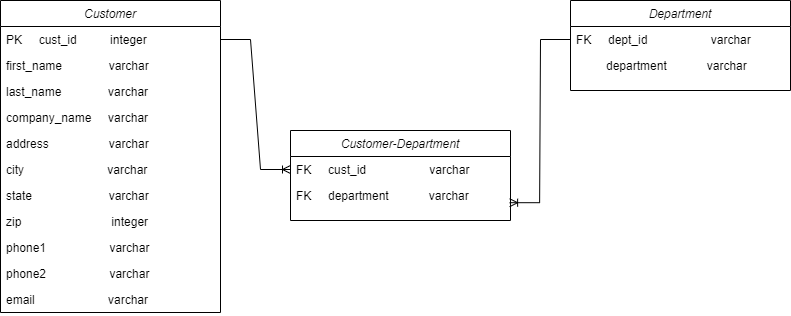
SwimmerRafa/Xal keeps this draw.io diagram as E-R.png. Above is the earlier version. Source tidied: cells renumbered, new cells last; positions are measured from the earlier drawing's top-left corner, leaving out a move shared by most shapes.
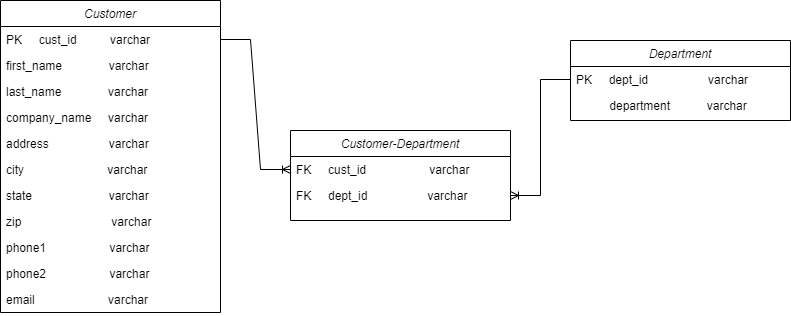
Above is the later version.

Diff of the diagram source:
```diff
@@ -5,7 +5,7 @@
     <mxCell id="2" value="Customer" style="swimlane;fontStyle=2;align=center;verticalAlign=top;horizontal=1;startSize=26;rounded=0;shadow=0;strokeWidth=1;" parent="1" vertex="1">
       <mxGeometry width="220" height="312" as="geometry" />
     </mxCell>
-    <mxCell id="3" value="PK     cust_id          integer" style="text;align=left;verticalAlign=top;spacingLeft=4;spacingRight=4;overflow=hidden;points=[[0,0.5],[1,0.5]];portConstraint=eastwest;" parent="2" vertex="1">
+    <mxCell id="3" value="PK     cust_id          varchar" style="text;align=left;verticalAlign=top;spacingLeft=4;spacingRight=4;overflow=hidden;points=[[0,0.5],[1,0.5]];portConstraint=eastwest;" parent="2" vertex="1">
       <mxGeometry y="26" width="220" height="26" as="geometry" />
     </mxCell>
     <mxCell id="4" value="first_name              varchar" style="text;align=left;verticalAlign=top;spacingLeft=4;spacingRight=4;overflow=hidden;" parent="2" vertex="1">
@@ -26,7 +26,7 @@
     <mxCell id="9" value="state                       varchar" style="text;align=left;verticalAlign=top;spacingLeft=4;spacingRight=4;overflow=hidden;rounded=0;shadow=0;html=0;" parent="2" vertex="1">
       <mxGeometry y="182" width="220" height="26" as="geometry" />
     </mxCell>
-    <mxCell id="10" value="zip                           integer" style="text;align=left;verticalAlign=top;spacingLeft=4;spacingRight=4;overflow=hidden;rounded=0;shadow=0;html=0;" parent="2" vertex="1">
+    <mxCell id="10" value="zip                           varchar" style="text;align=left;verticalAlign=top;spacingLeft=4;spacingRight=4;overflow=hidden;rounded=0;shadow=0;html=0;" parent="2" vertex="1">
       <mxGeometry y="208" width="220" height="26" as="geometry" />
     </mxCell>
     <mxCell id="11" value="phone1                   varchar" style="text;align=left;verticalAlign=top;spacingLeft=4;spacingRight=4;overflow=hidden;rounded=0;shadow=0;html=0;" parent="2" vertex="1">
@@ -44,23 +44,23 @@
     <mxCell id="15" value="FK     cust_id                   varchar" style="text;align=left;verticalAlign=top;spacingLeft=4;spacingRight=4;overflow=hidden;points=[[0,0.5],[1,0.5]];portConstraint=eastwest;" parent="14" vertex="1">
       <mxGeometry y="26" width="220" height="26" as="geometry" />
     </mxCell>
-    <mxCell id="16" value="FK     department            varchar" style="text;align=left;verticalAlign=top;spacingLeft=4;spacingRight=4;overflow=hidden;points=[[0,0.5],[1,0.5]];portConstraint=eastwest;rounded=0;shadow=0;html=0;" parent="14" vertex="1">
+    <mxCell id="16" value="FK     dept_id                  varchar" style="text;align=left;verticalAlign=top;spacingLeft=4;spacingRight=4;overflow=hidden;points=[[0,0.5],[1,0.5]];portConstraint=eastwest;rounded=0;shadow=0;html=0;" parent="14" vertex="1">
       <mxGeometry y="52" width="220" height="26" as="geometry" />
     </mxCell>
     <mxCell id="17" style="edgeStyle=entityRelationEdgeStyle;fontSize=12;html=1;endArrow=ERoneToMany;rounded=0;entryX=0;entryY=0.5;entryDx=0;entryDy=0;" parent="1" edge="1" source="3" target="15">
       <mxGeometry relative="1" as="geometry" />
     </mxCell>
     <mxCell id="18" value="Department" style="swimlane;fontStyle=2;align=center;verticalAlign=top;horizontal=1;startSize=26;rounded=0;shadow=0;strokeWidth=1;" parent="1" vertex="1">
-      <mxGeometry x="570" width="220" height="90" as="geometry" />
+      <mxGeometry x="570" y="40" width="220" height="80" as="geometry" />
     </mxCell>
-    <mxCell id="19" value="FK     dept_id                   varchar" style="text;align=left;verticalAlign=top;spacingLeft=4;spacingRight=4;overflow=hidden;points=[[0,0.5],[1,0.5]];portConstraint=eastwest;" parent="18" vertex="1">
-      <mxGeometry y="26" width="220" height="26" as="geometry" />
-    </mxCell>
+    <mxCell id="22" value="PK     dept_id                  varchar" style="text;align=left;verticalAlign=top;spacingLeft=4;spacingRight=4;overflow=hidden;points=[[0,0.5],[1,0.5]];portConstraint=eastwest;rounded=0;shadow=0;html=0;" parent="18" vertex="1">
+      <mxGeometry y="26" width="220" height="26" as="geometry" />
+    </mxCell>
-    <mxCell id="20" value="         department            varchar" style="text;align=left;verticalAlign=top;spacingLeft=4;spacingRight=4;overflow=hidden;rounded=0;shadow=0;html=0;" parent="18" vertex="1">
+    <mxCell id="20" value="          department           varchar" style="text;align=left;verticalAlign=top;spacingLeft=4;spacingRight=4;overflow=hidden;rounded=0;shadow=0;html=0;" parent="18" vertex="1">
       <mxGeometry y="52" width="220" height="26" as="geometry" />
     </mxCell>
-    <mxCell id="21" style="edgeStyle=entityRelationEdgeStyle;fontSize=12;html=1;endArrow=ERoneToMany;rounded=0;entryX=0.996;entryY=0.777;entryDx=0;entryDy=0;entryPerimeter=0;exitX=0;exitY=0.5;exitDx=0;exitDy=0;" parent="1" edge="1" source="19" target="16">
-      <mxGeometry relative="1" as="geometry" />
-    </mxCell>
+    <mxCell id="23" style="edgeStyle=entityRelationEdgeStyle;fontSize=12;html=1;endArrow=ERoneToMany;rounded=0;entryX=1;entryY=0.5;entryDx=0;entryDy=0;exitX=0;exitY=0.5;exitDx=0;exitDy=0;" parent="1" edge="1" source="22" target="16">
+      <mxGeometry relative="1" as="geometry" />
+    </mxCell>
   </root>
 </mxGraphModel>
```
